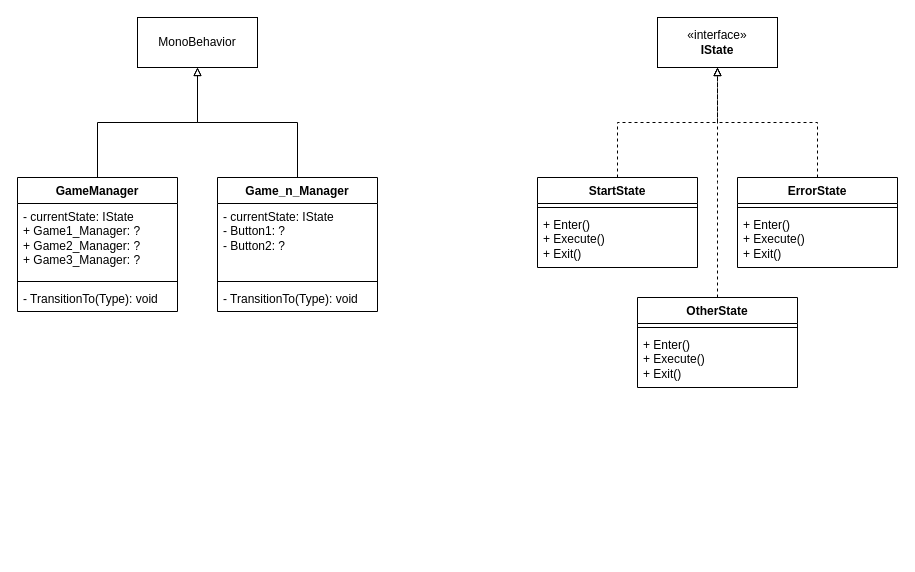
Before: Documentation/Classes.drawio in Ubus99/AR_Project, a draw.io diagram. Source tidied: cells renumbered, new cells numbered last; positions are measured from the earlier drawing's top-left corner, leaving out a move shared by most shapes. Both pictures are drawn from the tidied source at 100%, with x=0, y=0 at pixel (17, 17).
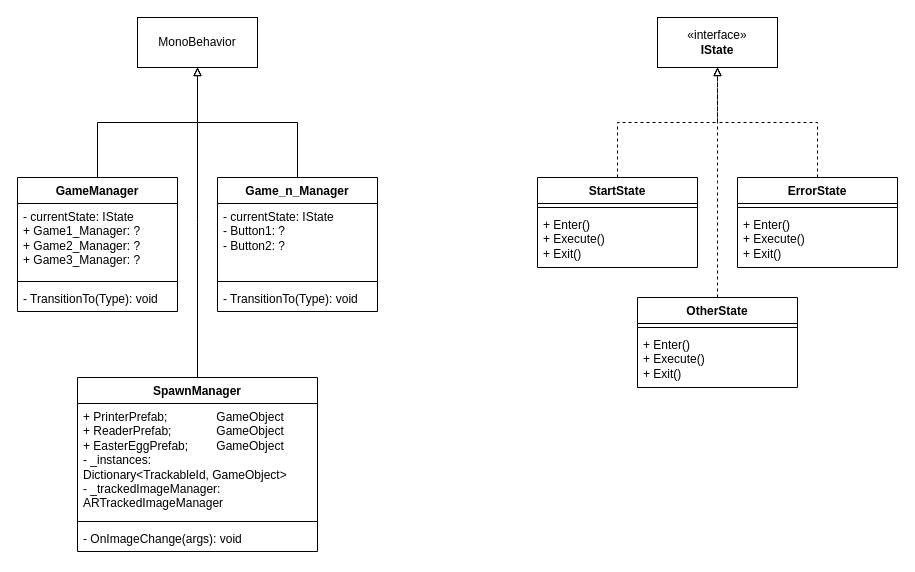
Above is the later version.

Diff of the diagram source:
```diff
@@
+    <mxCell id="26" value="SpawnManager" style="swimlane;fontStyle=1;align=center;verticalAlign=top;horizontal=1;startSize=26;whiteSpace=wrap;html=1;" parent="1" vertex="1">
+      <mxGeometry x="60" y="360" width="240" height="174" as="geometry" />
+    </mxCell>
+    <mxCell id="27" value="&lt;font face=&quot;Helvetica&quot;&gt;+ PrinterPrefab;&lt;span style=&quot;white-space: pre;&quot;&gt;&#9;&lt;span style=&quot;white-space: pre;&quot;&gt;&#9;&lt;/span&gt;&lt;/span&gt;GameObject&lt;br&gt;&lt;/font&gt;+ ReaderPrefab;&lt;span style=&quot;white-space: pre;&quot;&gt;&#9;&lt;/span&gt;&lt;span style=&quot;white-space: pre;&quot;&gt;&#9;&lt;/span&gt;GameObject&lt;br&gt;+ EasterEggPrefab;&lt;span style=&quot;white-space: pre;&quot;&gt;&#9;&lt;/span&gt;GameObject&lt;font face=&quot;Helvetica&quot;&gt;&lt;br&gt;-&amp;nbsp;_instances: Dictionary&amp;lt;&lt;span style=&quot;border-color: var(--border-color);&quot;&gt;TrackableId&lt;/span&gt;&lt;span style=&quot;border-color: var(--border-color);&quot;&gt;,&amp;nbsp;&lt;/span&gt;&lt;span style=&quot;border-color: var(--border-color);&quot;&gt;GameObject&lt;/span&gt;&lt;span style=&quot;border-color: var(--border-color);&quot;&gt;&lt;font style=&quot;border-color: var(--border-color);&quot;&gt;&amp;gt;&lt;br style=&quot;border-color: var(--border-color);&quot;&gt;- _trackedImageManager: ARTrackedImageManager&lt;/font&gt;&lt;/span&gt;&lt;/font&gt;&lt;span style=&quot;font-family: &amp;quot;JetBrains Mono&amp;quot;, monospace; background-color: rgb(38, 38, 38);&quot;&gt;&lt;font color=&quot;#bdbdbd&quot;&gt;&lt;br&gt;&lt;/font&gt;&lt;/span&gt;" style="text;strokeColor=none;fillColor=none;align=left;verticalAlign=top;spacingLeft=4;spacingRight=4;overflow=hidden;html=1;whiteSpace=wrap;" parent="26" vertex="1">
+      <mxGeometry y="26" width="240" height="114" as="geometry" />
+    </mxCell>
+    <mxCell id="28" style="line;strokeWidth=1;fillColor=none;align=left;verticalAlign=middle;spacingTop=-1;spacingLeft=3;spacingRight=3;labelPosition=right;strokeColor=inherit;" parent="26" vertex="1">
+      <mxGeometry y="140" width="240" height="8" as="geometry" />
+    </mxCell>
+    <mxCell id="29" value="- OnImageChange(args): void" style="text;strokeColor=none;fillColor=none;align=left;verticalAlign=top;spacingLeft=4;spacingRight=4;overflow=hidden;whiteSpace=wrap;html=1;" parent="26" vertex="1">
+      <mxGeometry y="148" width="240" height="26" as="geometry" />
+    </mxCell>
+    <mxCell id="30" style="endArrow=block;html=1;endFill=0;edgeStyle=elbowEdgeStyle;elbow=vertical;rounded=0;exitX=0.5;exitY=0;exitDx=0;exitDy=0;" parent="1" edge="1" source="26">
+      <mxGeometry relative="1" as="geometry">
+        <mxPoint x="180" y="50" as="targetPoint" />
+      </mxGeometry>
+    </mxCell>
```
